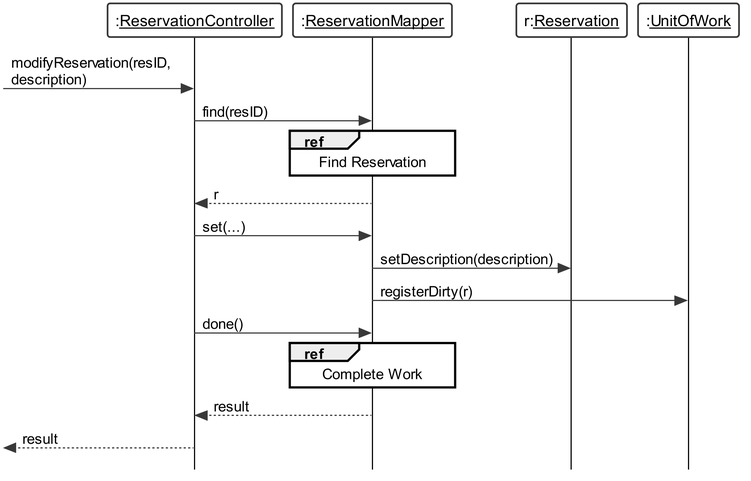
wolfcall/Tyrell-Corp keeps this PlantUML diagram as Documentation/plantuml/SD_UC05_2.png. Above is the earlier version. Source of this version:
```plantuml
@startuml
skinparam {
	roundcorner 5
	sequenceMessageAlign left
	dpi 300
	monochrome true
	backgroundColor white
	classBackgroundColor white
	style strictuml
	defaultFontName Arial
	maxmessagesize 200
	lifelineStrategy solid
	classAttributeIconSize 0
}

skinparam sequence {
	LifeLineBackgroundColor white
	LifeLineBorderColor black
	BoxBackgroundColor white
	ParticipantBackgroundColor white
	ActorBackgroundColor white
}

skinparam usecase {
	BackgroundColor white
}

participant ":__ReservationController__" as rController
participant ":__ReservationMapper__" as rMapper
participant "r:__Reservation__" as reservation
participant ":__UnitOfWork__" as UoW

[-> rController: modifyReservation(resID, description)
rController -> rMapper : find(resID)
ref over rMapper : Find Reservation
rMapper --> rController : r

rController -> rMapper : set(...)
rMapper -> reservation : setDescription(description)

rMapper -> UoW : registerDirty(r)

rController -> rMapper : done()
ref over rMapper : Complete Work
rMapper --> rController : result
[<-- rController : result

@enduml
```
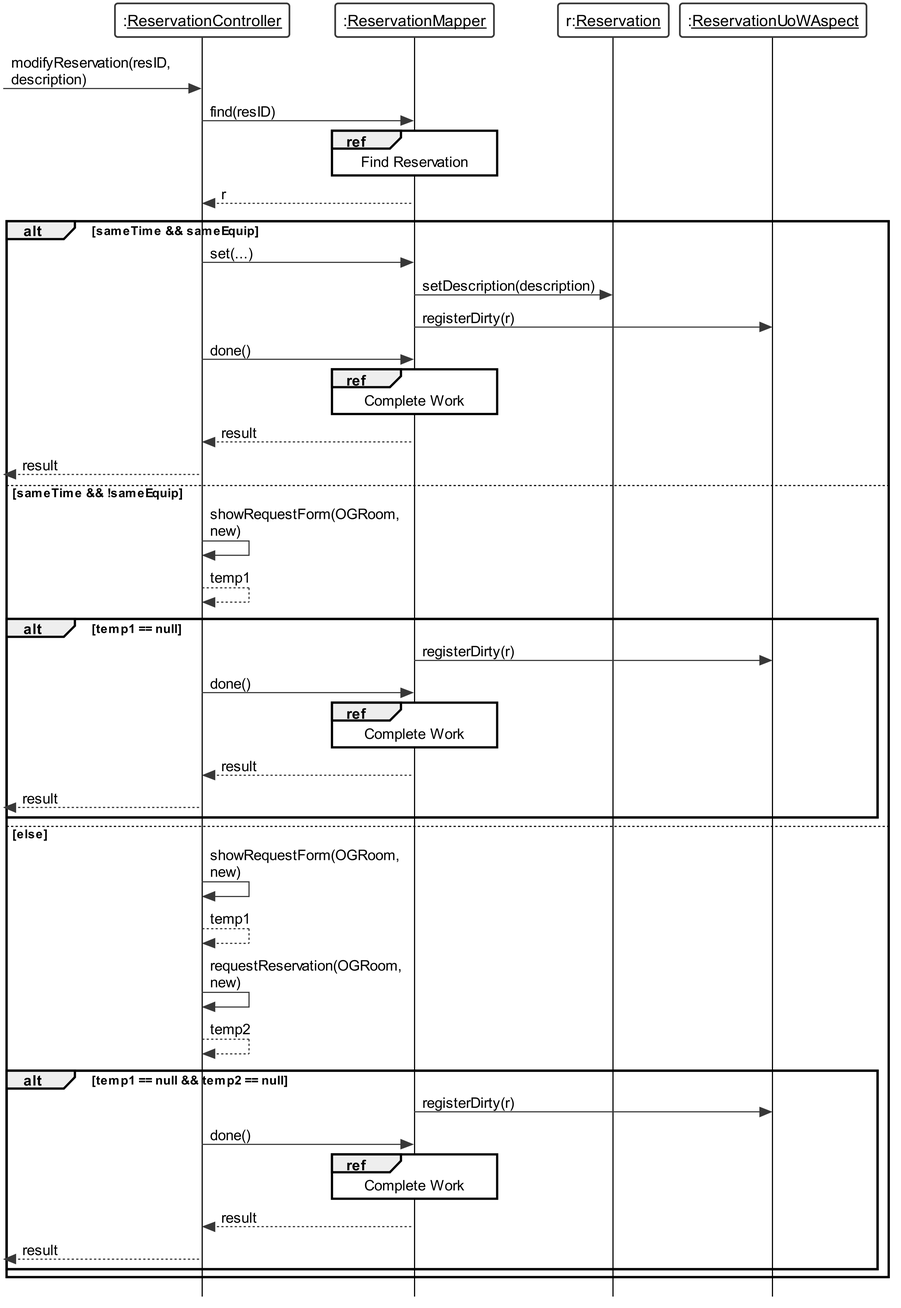
After the commit.

The edit, as a diff of the source:
```diff
@@ -28,21 +28,49 @@
 participant ":__ReservationController__" as rController
 participant ":__ReservationMapper__" as rMapper
 participant "r:__Reservation__" as reservation
-participant ":__UnitOfWork__" as UoW
+participant ":__ReservationUoWAspect__" as UoW
 
 [-> rController: modifyReservation(resID, description)
 rController -> rMapper : find(resID)
 ref over rMapper : Find Reservation
 rMapper --> rController : r
 
-rController -> rMapper : set(...)
-rMapper -> reservation : setDescription(description)
+alt sameTime && sameEquip
+	rController -> rMapper : set(...)
+	rMapper -> reservation : setDescription(description)
 
-rMapper -> UoW : registerDirty(r)
+	rMapper -> UoW : registerDirty(r)
 
-rController -> rMapper : done()
-ref over rMapper : Complete Work
-rMapper --> rController : result
-[<-- rController : result
+	rController -> rMapper : done()
+	ref over rMapper : Complete Work
+	rMapper --> rController : result
+	[<-- rController : result
+else sameTime && !sameEquip
+	rController -> rController : showRequestForm(OGRoom, new)
+	rController --> rController : temp1
 
+	alt temp1 == null
+		rMapper -> UoW : registerDirty(r)
+
+		rController -> rMapper : done()
+		ref over rMapper : Complete Work
+		rMapper --> rController : result
+		[<-- rController : result
+	end
+else else
+	rController -> rController : showRequestForm(OGRoom, new)
+	rController --> rController : temp1
+
+	rController -> rController : requestReservation(OGRoom, new)
+	rController --> rController : temp2
+
+	alt temp1 == null && temp2 == null
+		rMapper -> UoW : registerDirty(r)
+
+		rController -> rMapper : done()
+		ref over rMapper : Complete Work
+		rMapper --> rController : result
+		[<-- rController : result
+	end
+end
 @enduml
```
